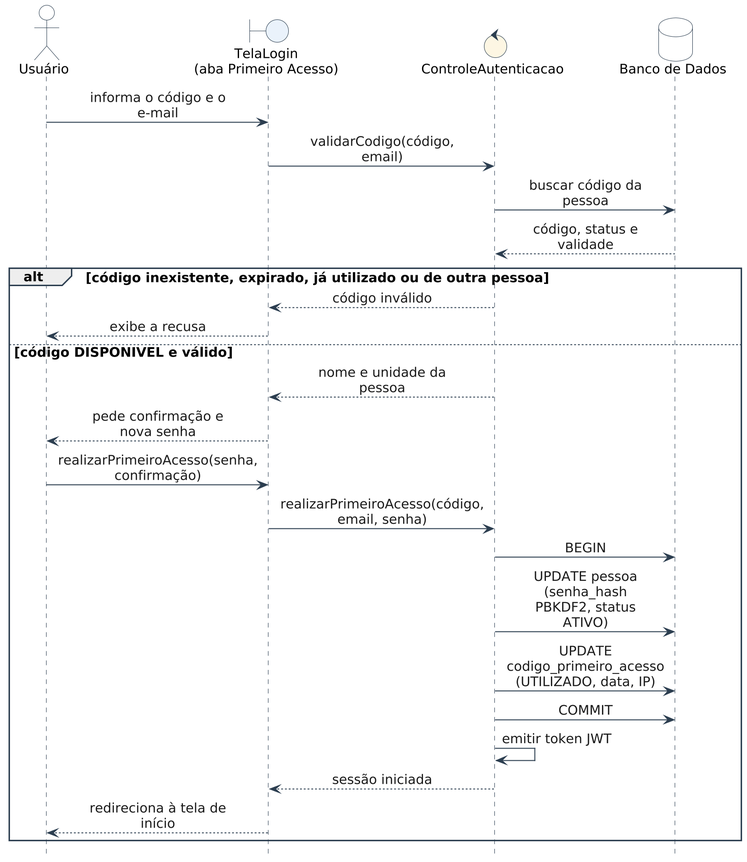
This is Documentos/diagramas/diagramas_sequencia/07_seq_uc14.png from jvmuka/OASIS, a PlantUML export, as it was before one commit.
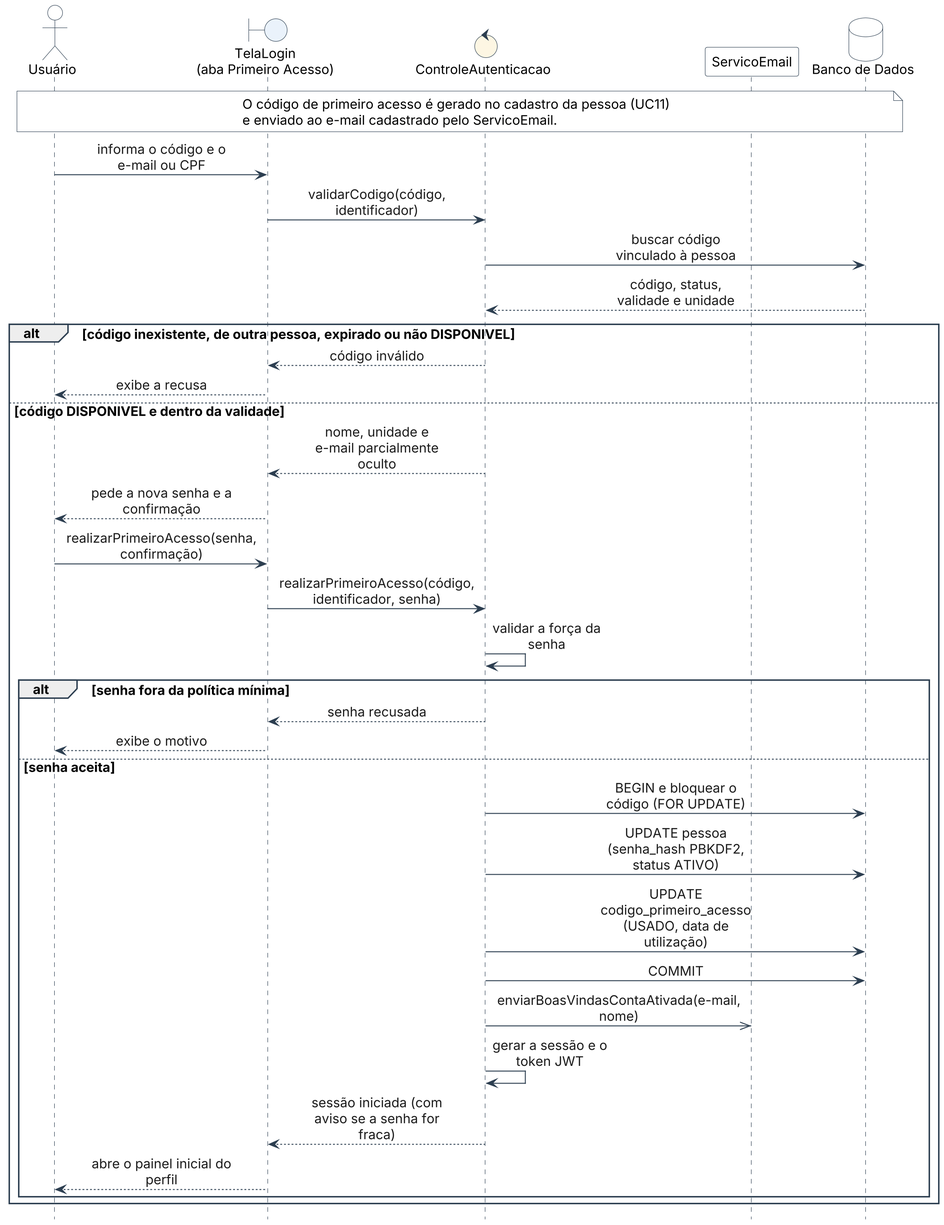
Above is the later version.

Change to the diagram source:
```diff
@@ -1,68 +1,40 @@
 @startuml 07_seq_uc14
-skinparam dpi 200
-skinparam backgroundColor #FFFFFF
-skinparam defaultFontName Arial
-skinparam defaultFontSize 14
-skinparam shadowing false
-skinparam sequenceMessageAlign center
-skinparam responseMessageBelowArrow true
-skinparam ArrowColor #2C3E50
-skinparam ArrowFontColor #1A1A1A
-skinparam sequence {
-  LifeLineBorderColor #2C3E50
-  ParticipantBorderColor #2C3E50
-  ParticipantBackgroundColor #FFFFFF
-  ActorBorderColor #2C3E50
-  ActorBackgroundColor #FFFFFF
-  BoxBorderColor #2C3E50
-  GroupBorderColor #2C3E50
-  GroupHeaderFontStyle bold
-  DividerBorderColor #2C3E50
-}
-skinparam boundary {
-  BackgroundColor #EAF2FB
-  BorderColor #2C3E50
-}
-skinparam control {
-  BackgroundColor #FDF6E3
-  BorderColor #2C3E50
-}
-skinparam database {
-  BackgroundColor #FFFFFF
-  BorderColor #2C3E50
-}
-skinparam note {
-  BackgroundColor #FFFFFF
-  BorderColor #2C3E50
-}
-hide footbox
-skinparam maxMessageSize 150
-skinparam ParticipantPadding 4
-skinparam BoxPadding 4
-
+!include cabecalho.iuml
 actor "Usuário" as U
 boundary "TelaLogin\n(aba Primeiro Acesso)" as T
 control "ControleAutenticacao" as C
+participant "ServicoEmail" as E
 database "Banco de Dados" as BD
 
-U -> T : informa o código e o e-mail
-T -> C : validarCodigo(código, email)
-C -> BD : buscar código da pessoa
-BD --> C : código, status e validade
-alt código inexistente, expirado, já utilizado ou de outra pessoa
+note over U, BD
+  O código de primeiro acesso é gerado no cadastro da pessoa (UC11)
+  e enviado ao e-mail cadastrado pelo ServicoEmail.
+end note
+U -> T : informa o código e o e-mail ou CPF
+T -> C : validarCodigo(código, identificador)
+C -> BD : buscar código vinculado à pessoa
+BD --> C : código, status, validade e unidade
+alt código inexistente, de outra pessoa, expirado ou não DISPONIVEL
   C --> T : código inválido
   T --> U : exibe a recusa
-else código DISPONIVEL e válido
-  C --> T : nome e unidade da pessoa
-  T --> U : pede confirmação e nova senha
+else código DISPONIVEL e dentro da validade
+  C --> T : nome, unidade e e-mail parcialmente oculto
+  T --> U : pede a nova senha e a confirmação
   U -> T : realizarPrimeiroAcesso(senha, confirmação)
-  T -> C : realizarPrimeiroAcesso(código, email, senha)
-  C -> BD : BEGIN
-  C -> BD : UPDATE pessoa (senha_hash PBKDF2, status ATIVO)
-  C -> BD : UPDATE codigo_primeiro_acesso (UTILIZADO, data, IP)
-  C -> BD : COMMIT
-  C -> C : emitir token JWT
-  C --> T : sessão iniciada
-  T --> U : redireciona à tela de início
+  T -> C : realizarPrimeiroAcesso(código, identificador, senha)
+  C -> C : validar a força da senha
+  alt senha fora da política mínima
+    C --> T : senha recusada
+    T --> U : exibe o motivo
+  else senha aceita
+    C -> BD : BEGIN e bloquear o código (FOR UPDATE)
+    C -> BD : UPDATE pessoa (senha_hash PBKDF2, status ATIVO)
+    C -> BD : UPDATE codigo_primeiro_acesso (USADO, data de utilização)
+    C -> BD : COMMIT
+    C ->> E : enviarBoasVindasContaAtivada(e-mail, nome)
+    C -> C : gerar a sessão e o token JWT
+    C --> T : sessão iniciada (com aviso se a senha for fraca)
+    T --> U : abre o painel inicial do perfil
+  end
 end
 @enduml
```
